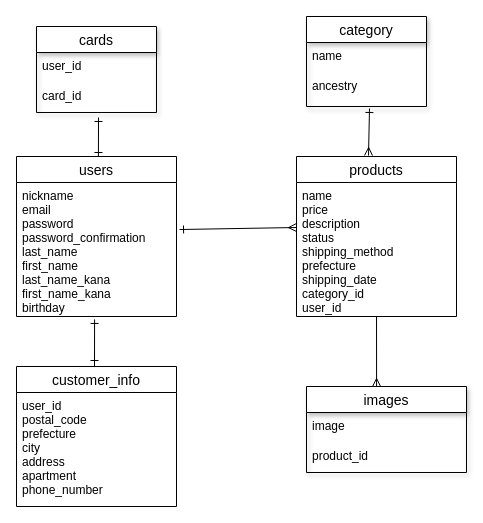
Above: ER.dio in omiyage28/furima-36993 (draw.io), before the change. Source tidied: cells renumbered, new cells numbered last; positions are measured from the earlier drawing's top-left corner, leaving out a move shared by most shapes. Both pictures are drawn from the tidied source at 100%, with x=0, y=0 at pixel (16, 16).
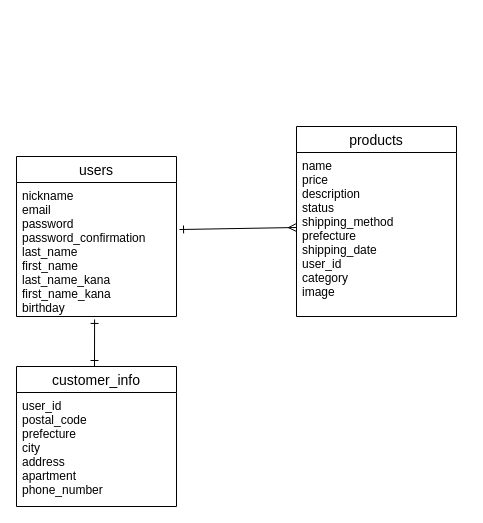
After the change.

Commit message (it also covers changes not shown here):
最終課題　DB設計

Unchanged cells that the change refers to:
```xml
<mxCell id="3" value="users" style="swimlane;fontStyle=0;horizontal=1;startSize=26;align=center;fontSize=14;" parent="1" vertex="1">
  <mxGeometry y="140" width="160" height="160" as="geometry" />
</mxCell>
```

Diff of the diagram source:
```diff
@@
-    <mxCell id="2" style="edgeStyle=none;rounded=0;jettySize=auto;html=1;exitX=0.512;exitY=0;exitDx=0;exitDy=0;entryX=0.433;entryY=1.029;entryDx=0;entryDy=0;entryPerimeter=0;endArrow=ERone;endFill=0;exitPerimeter=0;startArrow=ERone;startFill=0;" parent="1" edge="1" source="3">
-      <mxGeometry relative="1" as="geometry">
-        <mxPoint x="82" y="101" as="targetPoint" />
-      </mxGeometry>
-    </mxCell>
@@
-    <mxCell id="5" style="edgeStyle=none;rounded=0;jettySize=auto;html=1;entryX=0.438;entryY=0;entryDx=0;entryDy=0;entryPerimeter=0;endArrow=ERmany;endFill=0;" parent="1" edge="1" source="7" target="10">
-      <mxGeometry relative="1" as="geometry" />
-    </mxCell>
-    <mxCell id="6" style="edgeStyle=none;rounded=0;jettySize=auto;html=1;startArrow=ERmany;startFill=0;endArrow=ERone;endFill=0;entryX=0.525;entryY=1.059;entryDx=0;entryDy=0;entryPerimeter=0;exitX=0.45;exitY=-0.006;exitDx=0;exitDy=0;exitPerimeter=0;" parent="1" edge="1" source="7" target="21">
-      <mxGeometry relative="1" as="geometry" />
-    </mxCell>
     <mxCell id="7" value="products" style="swimlane;fontStyle=0;horizontal=1;startSize=26;align=center;fontSize=14;" parent="1" vertex="1">
-      <mxGeometry x="280" y="140" width="160" height="160" as="geometry" />
+      <mxGeometry x="280" y="110" width="160" height="190" as="geometry" />
     </mxCell>
-    <mxCell id="8" value="name&#10;price&#10;description &#10;status&#10;shipping_method&#10;prefecture&#10;shipping_date&#10;category_id&#10;user_id&#10;&#10;" style="text;strokeColor=none;fillColor=none;spacingLeft=4;spacingRight=4;overflow=hidden;fontSize=12;" parent="7" vertex="1">
-      <mxGeometry y="26" width="160" height="134" as="geometry" />
+    <mxCell id="8" value="name&#10;price&#10;description &#10;status&#10;shipping_method&#10;prefecture&#10;shipping_date&#10;user_id&#10;category&#10;image&#10;&#10;" style="text;strokeColor=none;fillColor=none;spacingLeft=4;spacingRight=4;overflow=hidden;fontSize=12;" parent="7" vertex="1">
+      <mxGeometry y="26" width="160" height="164" as="geometry" />
     </mxCell>
@@
-    <mxCell id="10" value="images" style="swimlane;fontStyle=0;horizontal=1;startSize=26;align=center;fontSize=14;shadow=1;" parent="1" vertex="1">
-      <mxGeometry x="290" y="370" width="160" height="86" as="geometry" />
-    </mxCell>
-    <mxCell id="11" value="image" style="text;strokeColor=none;fillColor=none;spacingLeft=4;spacingRight=4;overflow=hidden;fontSize=12;" parent="10" vertex="1">
-      <mxGeometry y="26" width="160" height="30" as="geometry" />
-    </mxCell>
-    <mxCell id="12" value="product_id" style="text;strokeColor=none;fillColor=none;spacingLeft=4;spacingRight=4;overflow=hidden;fontSize=12;" parent="10" vertex="1">
-      <mxGeometry y="56" width="160" height="30" as="geometry" />
-    </mxCell>
-    <mxCell id="13" value="cards" style="swimlane;fontStyle=0;horizontal=1;startSize=26;align=center;fontSize=14;shadow=1;" parent="1" vertex="1">
-      <mxGeometry x="20" y="10" width="120" height="86" as="geometry" />
-    </mxCell>
-    <mxCell id="14" value="user_id" style="text;strokeColor=none;fillColor=none;spacingLeft=4;spacingRight=4;overflow=hidden;fontSize=12;" parent="13" vertex="1">
-      <mxGeometry y="26" width="120" height="30" as="geometry" />
-    </mxCell>
-    <mxCell id="15" value="card_id" style="text;strokeColor=none;fillColor=none;spacingLeft=4;spacingRight=4;overflow=hidden;fontSize=12;" parent="13" vertex="1">
-      <mxGeometry y="56" width="120" height="30" as="geometry" />
-    </mxCell>
@@
-    <mxCell id="19" value="category" style="swimlane;fontStyle=0;horizontal=1;startSize=26;align=center;fontSize=14;shadow=1;" parent="1" vertex="1">
-      <mxGeometry x="290" width="120" height="90" as="geometry" />
-    </mxCell>
-    <mxCell id="20" value="name" style="text;strokeColor=none;fillColor=none;spacingLeft=4;spacingRight=4;overflow=hidden;fontSize=12;" parent="19" vertex="1">
-      <mxGeometry y="26" width="120" height="30" as="geometry" />
-    </mxCell>
-    <mxCell id="21" value="ancestry" style="text;strokeColor=none;fillColor=none;spacingLeft=4;spacingRight=4;overflow=hidden;points=[[0,0.5],[1,0.5]];portConstraint=eastwest;fontSize=12;" parent="19" vertex="1">
-      <mxGeometry y="56" width="120" height="34" as="geometry" />
-    </mxCell>
```
